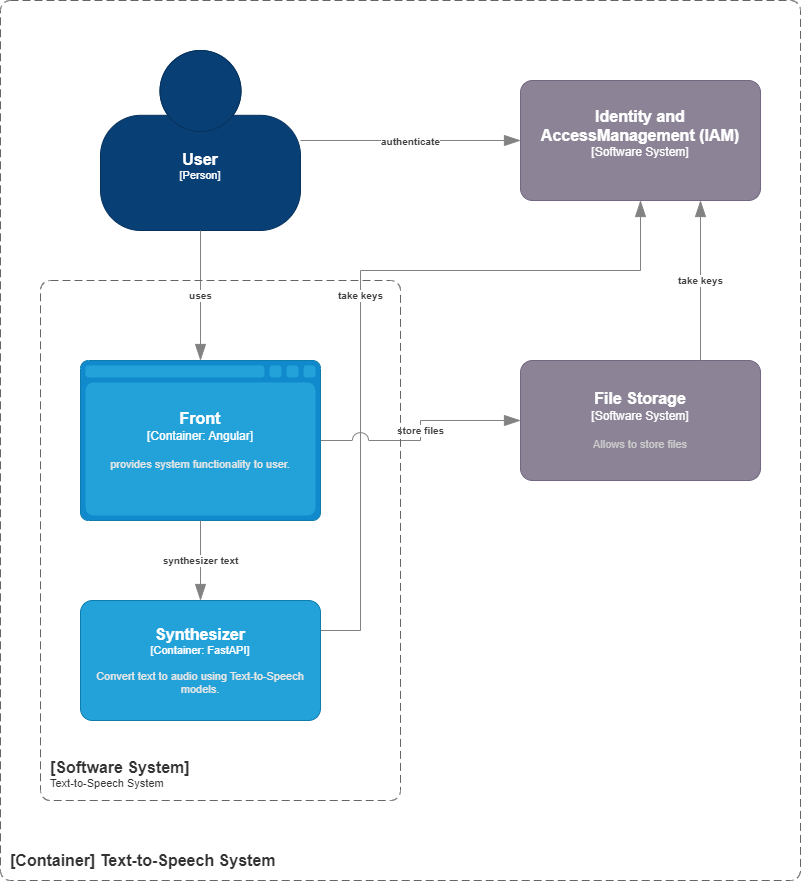
Earlier version of the draw.io export .doc/export/diagram-container_textToSpeechSystem.drawio.png (dawidbladek0831/f19). Source tidied: cells renumbered, new cells last; positions are measured from the earlier drawing's top-left corner, leaving out a move shared by most shapes.
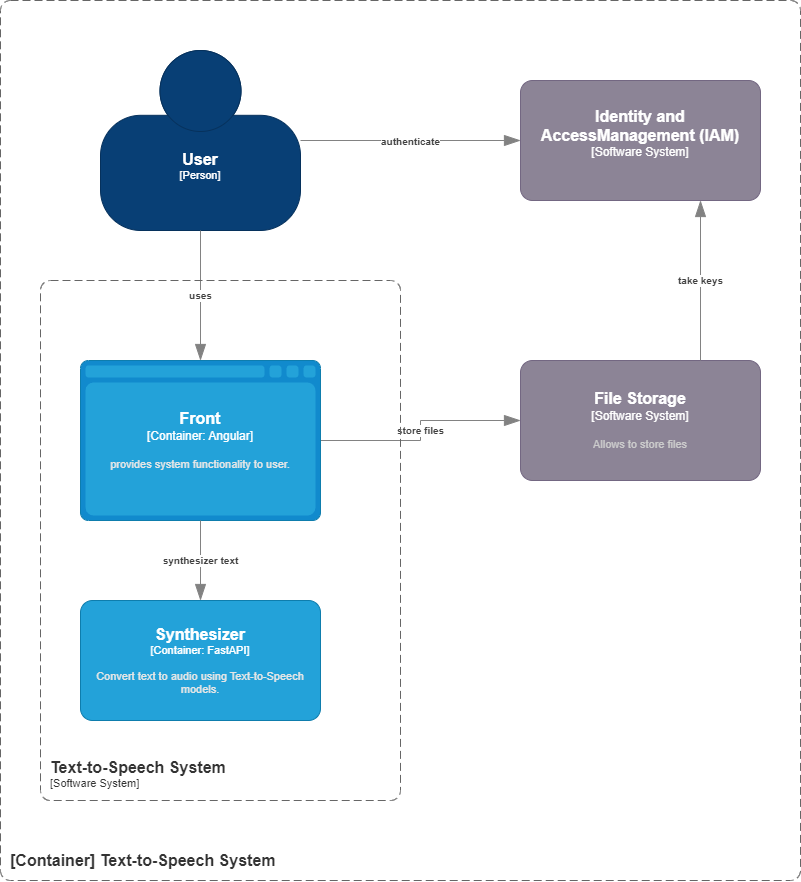
Later version of the same file.

What changed in the source:
```diff
@@ -24,18 +24,6 @@
         <mxGeometry relative="1" as="geometry" />
       </mxCell>
     </object>
-    <object id="6" label="&lt;div style=&quot;text-align: left&quot;&gt;&lt;div style=&quot;text-align: center&quot;&gt;&lt;b&gt;%c4Description%&lt;/b&gt;&lt;/div&gt;" c4Description="take keys" c4Type="Relationship" placeholders="1">
-      <mxCell style="endArrow=blockThin;html=1;fontSize=10;fontColor=#404040;strokeWidth=1;endFill=1;strokeColor=#828282;elbow=vertical;endSize=14;startSize=14;jumpStyle=arc;jumpSize=16;rounded=0;edgeStyle=orthogonalEdgeStyle;entryX=0.5;entryY=1;entryDx=0;entryDy=0;entryPerimeter=0;exitX=1;exitY=0.25;exitDx=0;exitDy=0;exitPerimeter=0;" parent="1" edge="1" source="11">
-        <mxGeometry relative="1" as="geometry">
-          <mxPoint x="640" y="200" as="targetPoint" />
-          <Array as="points">
-            <mxPoint x="360" y="630" />
-            <mxPoint x="360" y="270" />
-            <mxPoint x="640" y="270" />
-          </Array>
-        </mxGeometry>
-      </mxCell>
-    </object>
     <object id="7" label="&lt;div style=&quot;text-align: left&quot;&gt;&lt;div style=&quot;text-align: center&quot;&gt;&lt;b&gt;%c4Description%&lt;/b&gt;&lt;/div&gt;" c4Description="store files" c4Type="Relationship" placeholders="1">
       <mxCell style="endArrow=blockThin;html=1;fontSize=10;fontColor=#404040;strokeWidth=1;endFill=1;strokeColor=#828282;elbow=vertical;endSize=14;startSize=14;jumpStyle=arc;jumpSize=16;rounded=0;edgeStyle=orthogonalEdgeStyle;exitX=1;exitY=0.5;exitDx=0;exitDy=0;exitPerimeter=0;entryX=0;entryY=0.5;entryDx=0;entryDy=0;entryPerimeter=0;" parent="1" edge="1" source="10" target="3">
         <mxGeometry relative="1" as="geometry" />
@@ -46,7 +34,7 @@
         <mxGeometry width="800" height="880" as="geometry" />
       </mxCell>
     </object>
-    <object id="9" label="&lt;font style=&quot;font-size: 16px&quot;&gt;&lt;b&gt;&lt;div style=&quot;text-align: left&quot;&gt;%top%&lt;/div&gt;&lt;/b&gt;&lt;/font&gt;&lt;div style=&quot;text-align: left&quot;&gt;%bottom%&lt;/div&gt;" bottom="Text-to-Speech System" placeholders="1" top="[Software System]">
+    <object id="9" label="&lt;font style=&quot;font-size: 16px&quot;&gt;&lt;b&gt;&lt;div style=&quot;text-align: left&quot;&gt;%top%&lt;/div&gt;&lt;/b&gt;&lt;/font&gt;&lt;div style=&quot;text-align: left&quot;&gt;%bottom%&lt;/div&gt;" bottom="[Software System]" placeholders="1" top="Text-to-Speech System">
       <mxCell style="rounded=1;fontSize=11;whiteSpace=wrap;html=1;dashed=1;arcSize=20;fillColor=none;strokeColor=#666666;fontColor=#333333;labelBackgroundColor=none;align=left;verticalAlign=bottom;labelBorderColor=none;spacingTop=0;spacing=10;dashPattern=8 4;perimeter=rectanglePerimeter;noLabel=0;labelPadding=0;absoluteArcSize=1;" parent="1" vertex="1">
         <mxGeometry x="40" y="280" width="360" height="520" as="geometry" />
       </mxCell>
```
